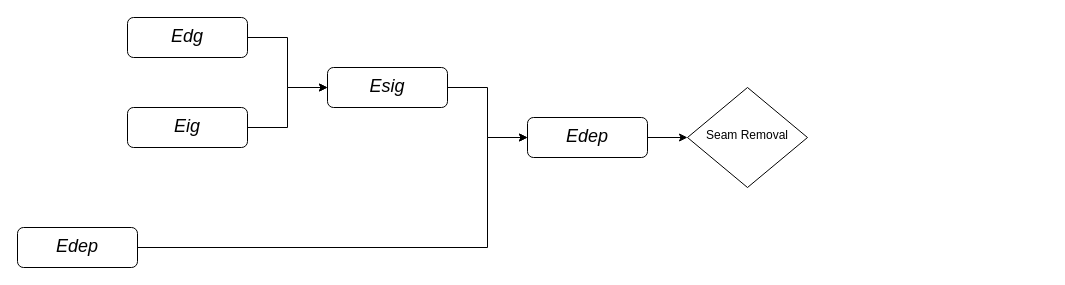
Earlier version of the draw.io diagram CV.drawio (khoramian/Reverse_TCP_Shell). Source tidied: cells renumbered, new cells numbered last; positions are measured from the earlier drawing's top-left corner, leaving out a move shared by most shapes. Both pictures are drawn from the tidied source at 100%, with x=0, y=0 at pixel (17, 17).
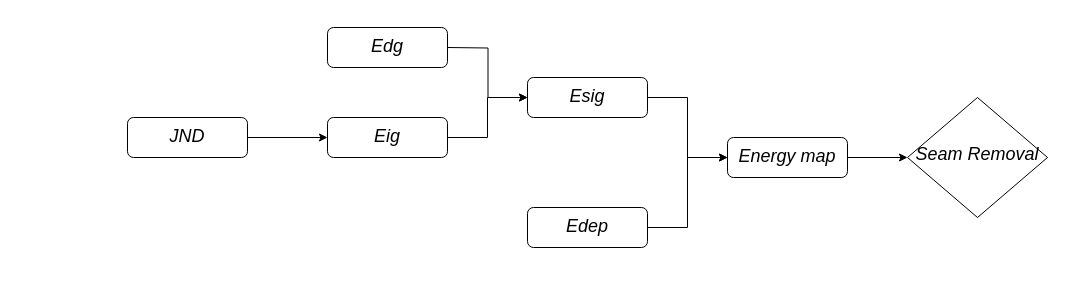
The same page after the edit.

The edit, as a diff of the source:
```diff
@@
 <mxGraphModel>
   <root>
     <mxCell id="0" />
     <mxCell id="1" parent="0" />
     <mxCell id="2" style="edgeStyle=orthogonalEdgeStyle;rounded=0;jettySize=auto;html=1;exitX=1;exitY=0.5;exitDx=0;exitDy=0;entryX=0;entryY=0.5;entryDx=0;entryDy=0;" parent="1" edge="1" source="3" target="8">
       <mxGeometry relative="1" as="geometry" />
     </mxCell>
     <mxCell id="3" value="&lt;i&gt;&lt;span style=&quot;line-height: 107% ; font-family: &amp;#34;cmmi10&amp;#34;&quot;&gt;&lt;font style=&quot;font-size: 18px&quot;&gt;Esig&lt;/font&gt;&lt;/span&gt;&lt;/i&gt;" style="rounded=1;whiteSpace=wrap;html=1;fontSize=12;glass=0;strokeWidth=1;shadow=0;" parent="1" vertex="1">
-      <mxGeometry x="310" y="50" width="120" height="40" as="geometry" />
+      <mxGeometry x="510" y="60" width="120" height="40" as="geometry" />
     </mxCell>
-    <mxCell id="4" value="Seam Removal" style="rhombus;whiteSpace=wrap;html=1;shadow=0;fontFamily=Helvetica;fontSize=12;align=center;strokeWidth=1;spacing=6;spacingTop=-4;" parent="1" vertex="1">
-      <mxGeometry x="670" y="70" width="120" height="100" as="geometry" />
+    <mxCell id="4" value="&lt;i&gt;&lt;span style=&quot;line-height: 12.84px ; font-family: &amp;#34;cmmi10&amp;#34;&quot;&gt;&lt;font style=&quot;font-size: 18px&quot;&gt;Seam Removal&lt;/font&gt;&lt;/span&gt;&lt;/i&gt;" style="rhombus;whiteSpace=wrap;html=1;shadow=0;fontFamily=Helvetica;fontSize=12;align=center;strokeWidth=1;spacing=6;spacingTop=-4;" parent="1" vertex="1">
+      <mxGeometry x="890" y="80" width="140" height="120" as="geometry" />
     </mxCell>
     <mxCell id="5" style="edgeStyle=orthogonalEdgeStyle;rounded=0;jettySize=auto;html=1;exitX=1;exitY=0.5;exitDx=0;exitDy=0;entryX=0;entryY=0.5;entryDx=0;entryDy=0;" parent="1" edge="1" source="6" target="8">
       <mxGeometry relative="1" as="geometry">
         <Array as="points">
-          <mxPoint x="470" y="230" />
-          <mxPoint x="470" y="120" />
+          <mxPoint x="670" y="210" />
+          <mxPoint x="670" y="140" />
         </Array>
       </mxGeometry>
     </mxCell>
     <mxCell id="6" value="&lt;i&gt;&lt;span style=&quot;line-height: 107% ; font-family: &amp;#34;cmmi10&amp;#34;&quot;&gt;&lt;font style=&quot;font-size: 18px&quot;&gt;Edep&lt;/font&gt;&lt;/span&gt;&lt;/i&gt;" style="rounded=1;whiteSpace=wrap;html=1;fontSize=12;glass=0;strokeWidth=1;shadow=0;" parent="1" vertex="1">
-      <mxGeometry y="210" width="120" height="40" as="geometry" />
+      <mxGeometry x="510" y="190" width="120" height="40" as="geometry" />
     </mxCell>
     <mxCell id="7" style="edgeStyle=orthogonalEdgeStyle;rounded=0;jettySize=auto;html=1;exitX=1;exitY=0.5;exitDx=0;exitDy=0;entryX=0;entryY=0.5;entryDx=0;entryDy=0;" parent="1" edge="1" source="8" target="4">
       <mxGeometry relative="1" as="geometry" />
     </mxCell>
-    <mxCell id="8" value="&lt;i&gt;&lt;span style=&quot;line-height: 107% ; font-family: &amp;#34;cmmi10&amp;#34;&quot;&gt;&lt;font style=&quot;font-size: 18px&quot;&gt;Edep&lt;/font&gt;&lt;/span&gt;&lt;/i&gt;" style="rounded=1;whiteSpace=wrap;html=1;fontSize=12;glass=0;strokeWidth=1;shadow=0;" parent="1" vertex="1">
-      <mxGeometry x="510" y="100" width="120" height="40" as="geometry" />
+    <mxCell id="8" value="&lt;i&gt;&lt;span style=&quot;line-height: 107% ; font-family: &amp;#34;cmmi10&amp;#34;&quot;&gt;&lt;font style=&quot;font-size: 18px&quot;&gt;Energy map&lt;/font&gt;&lt;/span&gt;&lt;/i&gt;" style="rounded=1;whiteSpace=wrap;html=1;fontSize=12;glass=0;strokeWidth=1;shadow=0;" parent="1" vertex="1">
+      <mxGeometry x="710" y="120" width="120" height="40" as="geometry" />
     </mxCell>
-    <mxCell id="9" style="edgeStyle=orthogonalEdgeStyle;rounded=0;jettySize=auto;html=1;exitX=1;exitY=0.5;exitDx=0;exitDy=0;entryX=0;entryY=0.5;entryDx=0;entryDy=0;" parent="1" edge="1" source="10" target="3">
-      <mxGeometry relative="1" as="geometry" />
+    <mxCell id="9" style="edgeStyle=orthogonalEdgeStyle;rounded=0;jettySize=auto;html=1;exitX=1;exitY=0.5;exitDx=0;exitDy=0;entryX=0;entryY=0.5;entryDx=0;entryDy=0;" parent="1" edge="1" target="3">
+      <mxGeometry relative="1" as="geometry">
+        <mxPoint x="430" y="30" as="sourcePoint" />
+      </mxGeometry>
     </mxCell>
     <mxCell id="10" value="&lt;i&gt;&lt;span style=&quot;line-height: 107% ; font-family: &amp;#34;cmmi10&amp;#34;&quot;&gt;&lt;font style=&quot;font-size: 18px&quot;&gt;Edg&lt;/font&gt;&lt;/span&gt;&lt;/i&gt;" style="rounded=1;whiteSpace=wrap;html=1;fontSize=12;glass=0;strokeWidth=1;shadow=0;" parent="1" vertex="1">
-      <mxGeometry x="110" width="120" height="40" as="geometry" />
+      <mxGeometry x="310" y="10" width="120" height="40" as="geometry" />
     </mxCell>
     <mxCell id="11" style="edgeStyle=orthogonalEdgeStyle;rounded=0;jettySize=auto;html=1;exitX=1;exitY=0.5;exitDx=0;exitDy=0;entryX=0;entryY=0.5;entryDx=0;entryDy=0;" parent="1" edge="1" source="12" target="3">
       <mxGeometry relative="1" as="geometry" />
     </mxCell>
     <mxCell id="12" value="&lt;i&gt;&lt;span style=&quot;line-height: 107% ; font-family: &amp;#34;cmmi10&amp;#34;&quot;&gt;&lt;font style=&quot;font-size: 18px&quot;&gt;Eig&lt;/font&gt;&lt;/span&gt;&lt;/i&gt;" style="rounded=1;whiteSpace=wrap;html=1;fontSize=12;glass=0;strokeWidth=1;shadow=0;" parent="1" vertex="1">
-      <mxGeometry x="110" y="90" width="120" height="40" as="geometry" />
+      <mxGeometry x="310" y="100" width="120" height="40" as="geometry" />
     </mxCell>
+    <mxCell id="13" style="edgeStyle=orthogonalEdgeStyle;rounded=0;jettySize=auto;html=1;exitX=1;exitY=0.5;exitDx=0;exitDy=0;entryX=0;entryY=0.5;entryDx=0;entryDy=0;" parent="1" edge="1" source="14" target="12">
+      <mxGeometry relative="1" as="geometry" />
+    </mxCell>
+    <mxCell id="14" value="&lt;i&gt;&lt;span style=&quot;line-height: 107% ; font-family: &amp;#34;cmmi10&amp;#34;&quot;&gt;&lt;font style=&quot;font-size: 18px&quot;&gt;JND&lt;/font&gt;&lt;/span&gt;&lt;/i&gt;" style="rounded=1;whiteSpace=wrap;html=1;fontSize=12;glass=0;strokeWidth=1;shadow=0;" parent="1" vertex="1">
+      <mxGeometry x="110" y="100" width="120" height="40" as="geometry" />
+    </mxCell>
   </root>
 </mxGraphModel>
```
